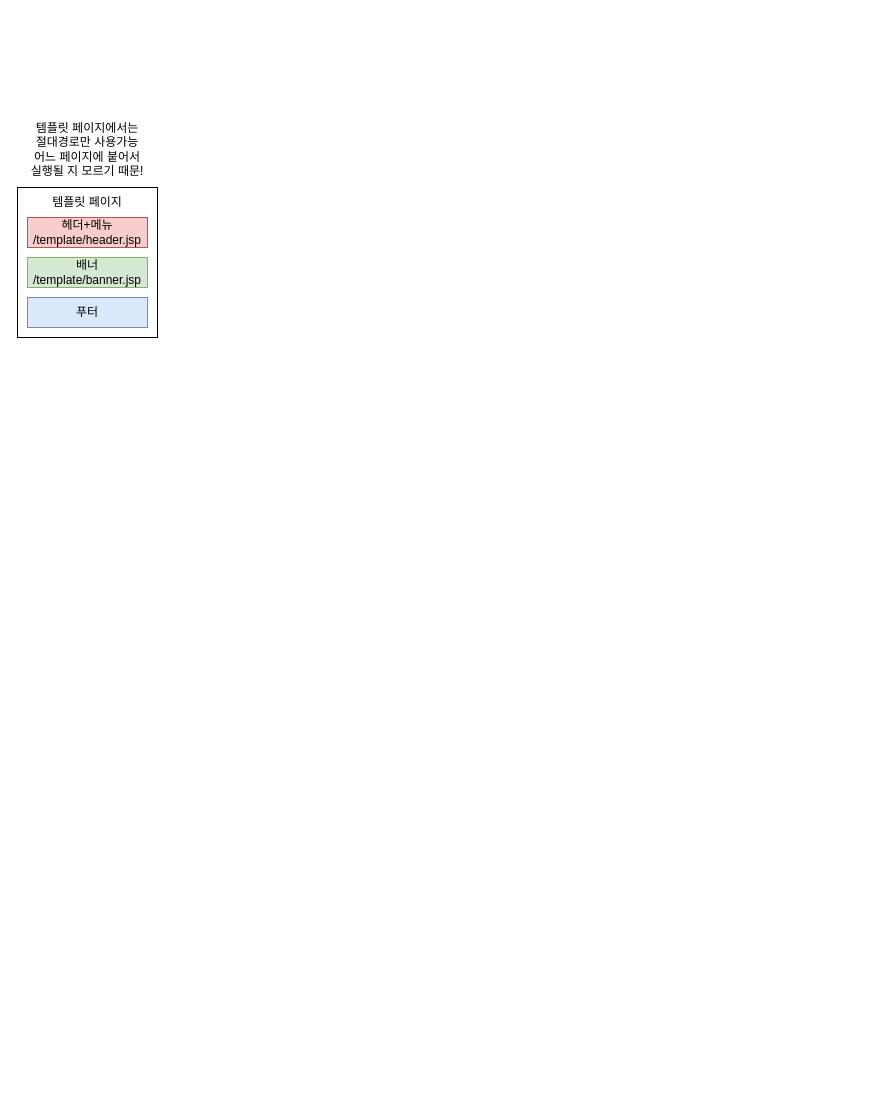
chae0591/kh4semi keeps this draw.io diagram as Untitled Diagram.drawio. Above is the earlier version. Source tidied: cells renumbered, new cells numbered last; positions are measured from the earlier drawing's top-left corner, leaving out a move shared by most shapes. Both pictures are drawn from the tidied source at 100%, with x=0, y=0 at pixel (17, 117).
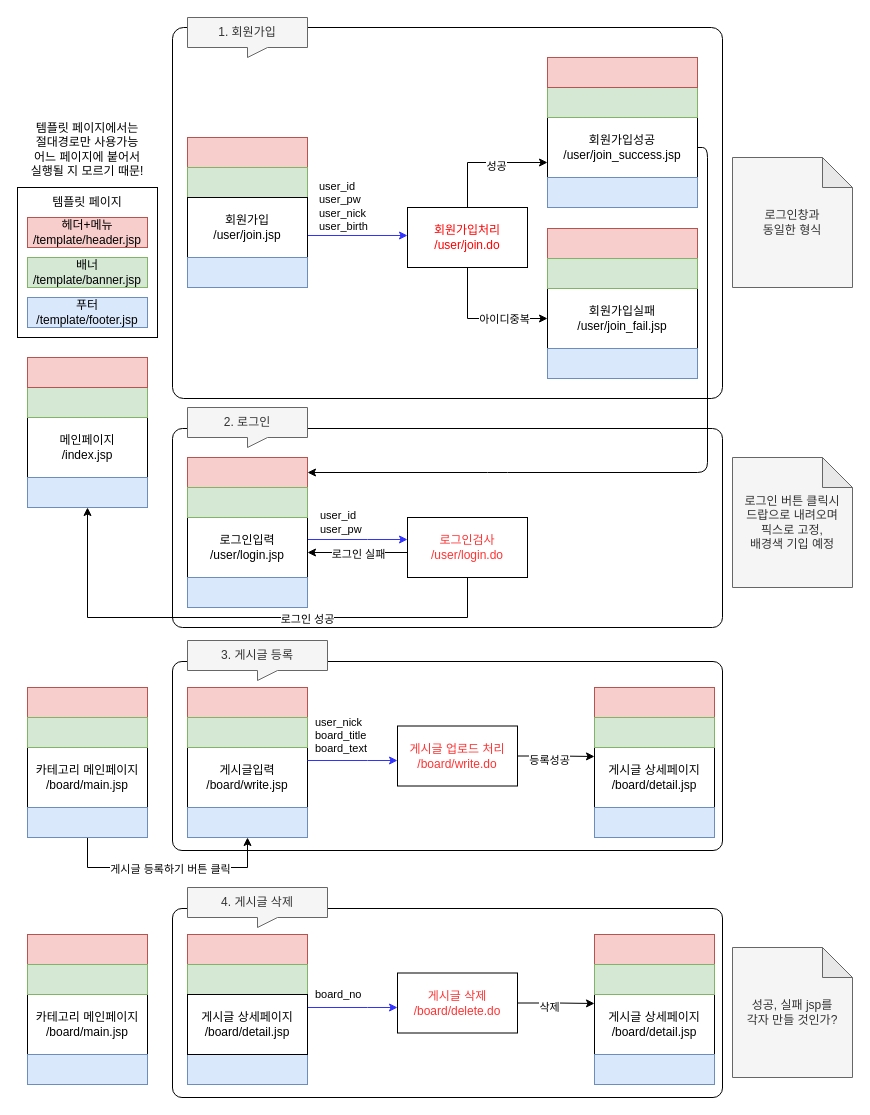
The same page after the edit.

Change to the diagram source:
```diff
@@
-    <mxCell id="5" value="푸터" style="rounded=0;whiteSpace=wrap;html=1;fillColor=#dae8fc;strokeColor=#6c8ebf;" parent="1" vertex="1">
+    <mxCell id="5" value="푸터&lt;br&gt;/template/footer.jsp" style="rounded=0;whiteSpace=wrap;html=1;fillColor=#dae8fc;strokeColor=#6c8ebf;" parent="1" vertex="1">
       <mxGeometry x="10" y="180" width="120" height="30" as="geometry" />
     </mxCell>
@@
+    <mxCell id="8" style="rounded=1;whiteSpace=wrap;html=1;strokeColor=#000000;fontColor=#000000;align=left;arcSize=5;" parent="1" vertex="1">
+      <mxGeometry x="155" y="311" width="550" height="199" as="geometry" />
+    </mxCell>
+    <mxCell id="9" style="rounded=1;whiteSpace=wrap;html=1;fontColor=#000000;align=left;arcSize=3;" parent="1" vertex="1">
+      <mxGeometry x="155" y="-90" width="550" height="371" as="geometry" />
+    </mxCell>
+    <mxCell id="10" value="메인페이지&lt;br&gt;/index.jsp" style="rounded=0;whiteSpace=wrap;html=1;" parent="1" vertex="1">
+      <mxGeometry x="10" y="300" width="120" height="60" as="geometry" />
+    </mxCell>
+    <mxCell id="11" style="edgeStyle=orthogonalEdgeStyle;rounded=0;orthogonalLoop=1;jettySize=auto;html=1;strokeColor=#3333FF;" parent="1" edge="1">
+      <mxGeometry relative="1" as="geometry">
+        <mxPoint x="290" y="118" as="sourcePoint" />
+        <mxPoint x="390" y="118" as="targetPoint" />
+      </mxGeometry>
+    </mxCell>
+    <mxCell id="12" value="user_id&lt;br&gt;user_pw&lt;br&gt;user_nick&lt;br&gt;user_birth" style="edgeLabel;html=1;align=left;verticalAlign=middle;" parent="11" vertex="1">
+      <mxGeometry x="0.34" y="-1" relative="1" as="geometry">
+        <mxPoint x="-56.9" y="-31" as="offset" />
+      </mxGeometry>
+    </mxCell>
+    <mxCell id="13" style="rounded=0;whiteSpace=wrap;html=1;fillColor=#d5e8d4;strokeColor=#82b366;" parent="1" vertex="1">
+      <mxGeometry x="10" y="270" width="120" height="30" as="geometry" />
+    </mxCell>
+    <mxCell id="14" style="rounded=0;whiteSpace=wrap;html=1;fillColor=#dae8fc;strokeColor=#6c8ebf;" parent="1" vertex="1">
+      <mxGeometry x="10" y="360" width="120" height="30" as="geometry" />
+    </mxCell>
+    <mxCell id="15" style="edgeStyle=orthogonalEdgeStyle;rounded=0;jettySize=auto;html=1;fontColor=#000000;exitX=0.5;exitY=1;exitDx=0;exitDy=0;entryX=0;entryY=0.5;entryDx=0;entryDy=0;" parent="1" edge="1" source="19" target="23">
+      <mxGeometry relative="1" as="geometry">
+        <Array as="points">
+          <mxPoint x="450" y="201" />
+        </Array>
+      </mxGeometry>
+    </mxCell>
+    <mxCell id="16" value="아이디중복" style="edgeLabel;html=1;align=center;verticalAlign=middle;fontColor=#000000;" parent="15" vertex="1">
+      <mxGeometry x="0.4" relative="1" as="geometry">
+        <mxPoint x="-4.5" as="offset" />
+      </mxGeometry>
+    </mxCell>
+    <mxCell id="17" style="edgeStyle=orthogonalEdgeStyle;rounded=0;jettySize=auto;html=1;exitX=0.5;exitY=0;exitDx=0;exitDy=0;entryX=0;entryY=0.75;entryDx=0;entryDy=0;" parent="1" edge="1" source="19" target="20">
+      <mxGeometry relative="1" as="geometry" />
+    </mxCell>
+    <mxCell id="18" value="성공" style="edgeLabel;html=1;align=center;verticalAlign=middle;" parent="17" vertex="1">
+      <mxGeometry x="0.17" y="-3" relative="1" as="geometry" />
+    </mxCell>
+    <mxCell id="19" value="회원가입처리&lt;br&gt;/user/join.do" style="rounded=0;whiteSpace=wrap;html=1;fontColor=#FF0000;" parent="1" vertex="1">
+      <mxGeometry x="390" y="90" width="120" height="60" as="geometry" />
+    </mxCell>
+    <mxCell id="20" value="회원가입성공&lt;br&gt;/user/join_success.jsp" style="rounded=0;whiteSpace=wrap;html=1;" parent="1" vertex="1">
+      <mxGeometry x="530" width="150" height="60" as="geometry" />
+    </mxCell>
+    <mxCell id="21" style="rounded=0;whiteSpace=wrap;html=1;fillColor=#d5e8d4;strokeColor=#82b366;" parent="1" vertex="1">
+      <mxGeometry x="530" y="-30" width="150" height="30" as="geometry" />
+    </mxCell>
+    <mxCell id="22" style="rounded=0;whiteSpace=wrap;html=1;fillColor=#dae8fc;strokeColor=#6c8ebf;" parent="1" vertex="1">
+      <mxGeometry x="530" y="60" width="150" height="30" as="geometry" />
+    </mxCell>
+    <mxCell id="23" value="회원가입실패&lt;br&gt;/user/join_fail.jsp" style="rounded=0;whiteSpace=wrap;html=1;" parent="1" vertex="1">
+      <mxGeometry x="530" y="171" width="150" height="60" as="geometry" />
+    </mxCell>
+    <mxCell id="24" style="rounded=0;whiteSpace=wrap;html=1;fillColor=#f8cecc;strokeColor=#b85450;" parent="1" vertex="1">
+      <mxGeometry x="530" y="111" width="150" height="30" as="geometry" />
+    </mxCell>
+    <mxCell id="25" style="rounded=0;whiteSpace=wrap;html=1;fillColor=#dae8fc;strokeColor=#6c8ebf;" parent="1" vertex="1">
+      <mxGeometry x="530" y="231" width="150" height="30" as="geometry" />
+    </mxCell>
+    <mxCell id="26" style="rounded=0;whiteSpace=wrap;html=1;fillColor=#f8cecc;strokeColor=#b85450;" parent="1" vertex="1">
+      <mxGeometry x="170" y="340" width="120" height="30" as="geometry" />
+    </mxCell>
+    <mxCell id="27" style="edgeStyle=orthogonalEdgeStyle;rounded=0;orthogonalLoop=1;jettySize=auto;html=1;strokeColor=#3333FF;" parent="1" edge="1">
+      <mxGeometry relative="1" as="geometry">
+        <mxPoint x="290" y="422" as="sourcePoint" />
+        <mxPoint x="390" y="422" as="targetPoint" />
+        <Array as="points">
+          <mxPoint x="350" y="422" />
+          <mxPoint x="350" y="422" />
+        </Array>
+      </mxGeometry>
+    </mxCell>
+    <mxCell id="28" value="user_id&lt;br&gt;user_pw" style="edgeLabel;html=1;align=left;verticalAlign=middle;" parent="27" vertex="1">
+      <mxGeometry x="-0.19" y="-1" relative="1" as="geometry">
+        <mxPoint x="-30" y="-19" as="offset" />
+      </mxGeometry>
+    </mxCell>
+    <mxCell id="29" value="로그인입력&lt;br&gt;/user/login.jsp" style="rounded=0;whiteSpace=wrap;html=1;" parent="1" vertex="1">
+      <mxGeometry x="170" y="400" width="120" height="60" as="geometry" />
+    </mxCell>
+    <mxCell id="30" style="rounded=0;whiteSpace=wrap;html=1;fillColor=#dae8fc;strokeColor=#6c8ebf;" parent="1" vertex="1">
+      <mxGeometry x="170" y="460" width="120" height="30" as="geometry" />
+    </mxCell>
+    <mxCell id="31" style="edgeStyle=orthogonalEdgeStyle;rounded=0;jettySize=auto;html=1;fontColor=#000000;entryX=0.5;entryY=1;entryDx=0;entryDy=0;exitX=0.5;exitY=1;exitDx=0;exitDy=0;" parent="1" edge="1" source="35" target="14">
+      <mxGeometry relative="1" as="geometry">
+        <Array as="points">
+          <mxPoint x="450" y="500" />
+          <mxPoint x="70" y="500" />
+        </Array>
+      </mxGeometry>
+    </mxCell>
+    <mxCell id="32" value="로그인 성공" style="edgeLabel;html=1;align=center;verticalAlign=middle;fontColor=#000000;" parent="31" vertex="1">
+      <mxGeometry x="-0.24" y="1" relative="1" as="geometry" />
+    </mxCell>
+    <mxCell id="33" style="edgeStyle=orthogonalEdgeStyle;rounded=0;orthogonalLoop=1;jettySize=auto;html=1;exitX=0;exitY=0.5;exitDx=0;exitDy=0;entryX=1;entryY=0.5;entryDx=0;entryDy=0;" parent="1" edge="1">
+      <mxGeometry relative="1" as="geometry">
+        <mxPoint x="390" y="435" as="sourcePoint" />
+        <mxPoint x="290" y="435" as="targetPoint" />
+      </mxGeometry>
+    </mxCell>
+    <mxCell id="34" value="로그인 실패" style="edgeLabel;html=1;align=center;verticalAlign=middle;" parent="33" vertex="1">
+      <mxGeometry x="-0.28" y="2" relative="1" as="geometry">
+        <mxPoint x="-14" y="-1" as="offset" />
+      </mxGeometry>
+    </mxCell>
+    <mxCell id="35" value="로그인검사&lt;br&gt;/user/login.do" style="rounded=0;whiteSpace=wrap;html=1;fontColor=#FF3333;" parent="1" vertex="1">
+      <mxGeometry x="390" y="400" width="120" height="60" as="geometry" />
+    </mxCell>
+    <mxCell id="36" style="rounded=0;whiteSpace=wrap;html=1;fillColor=#f8cecc;strokeColor=#b85450;" parent="1" vertex="1">
+      <mxGeometry x="530" y="-60" width="150" height="30" as="geometry" />
+    </mxCell>
+    <mxCell id="37" style="rounded=0;whiteSpace=wrap;html=1;fillColor=#d5e8d4;strokeColor=#82b366;" parent="1" vertex="1">
+      <mxGeometry x="530" y="141" width="150" height="30" as="geometry" />
+    </mxCell>
+    <mxCell id="38" style="rounded=0;whiteSpace=wrap;html=1;fillColor=#f8cecc;strokeColor=#b85450;" parent="1" vertex="1">
+      <mxGeometry x="10" y="240" width="120" height="30" as="geometry" />
+    </mxCell>
+    <mxCell id="39" style="rounded=0;whiteSpace=wrap;html=1;fillColor=#f8cecc;strokeColor=#b85450;" parent="1" vertex="1">
+      <mxGeometry x="170" y="20" width="120" height="30" as="geometry" />
+    </mxCell>
+    <mxCell id="40" style="rounded=0;whiteSpace=wrap;html=1;fillColor=#d5e8d4;strokeColor=#82b366;" parent="1" vertex="1">
+      <mxGeometry x="170" y="50" width="120" height="30" as="geometry" />
+    </mxCell>
+    <mxCell id="41" value="회원가입&lt;br&gt;/user/join.jsp" style="rounded=0;whiteSpace=wrap;html=1;" parent="1" vertex="1">
+      <mxGeometry x="170" y="80" width="120" height="60" as="geometry" />
+    </mxCell>
+    <mxCell id="42" style="rounded=0;whiteSpace=wrap;html=1;fillColor=#dae8fc;strokeColor=#6c8ebf;" parent="1" vertex="1">
+      <mxGeometry x="170" y="140" width="120" height="30" as="geometry" />
+    </mxCell>
+    <mxCell id="43" value="1. 회원가입" style="shape=callout;whiteSpace=wrap;html=1;perimeter=calloutPerimeter;align=center;fillColor=#f5f5f5;strokeColor=#666666;fontColor=#333333;position2=0.5;size=10;position=0.5;" parent="1" vertex="1">
+      <mxGeometry x="170" y="-100" width="120" height="40" as="geometry" />
+    </mxCell>
+    <mxCell id="44" value="2. 로그인" style="shape=callout;whiteSpace=wrap;html=1;perimeter=calloutPerimeter;align=center;fillColor=#f5f5f5;strokeColor=#666666;fontColor=#333333;position2=0.5;size=10;position=0.5;" parent="1" vertex="1">
+      <mxGeometry x="170" y="290" width="120" height="40" as="geometry" />
+    </mxCell>
+    <mxCell id="45" style="rounded=1;whiteSpace=wrap;html=1;strokeColor=#000000;fontColor=#000000;align=left;arcSize=5;" parent="1" vertex="1">
+      <mxGeometry x="155" y="544" width="550" height="189" as="geometry" />
+    </mxCell>
+    <mxCell id="46" value="3. 게시글 등록" style="shape=callout;whiteSpace=wrap;html=1;perimeter=calloutPerimeter;align=center;fillColor=#f5f5f5;strokeColor=#666666;fontColor=#333333;position2=0.5;size=10;position=0.5;" parent="1" vertex="1">
+      <mxGeometry x="170" y="523" width="140" height="40" as="geometry" />
+    </mxCell>
+    <mxCell id="47" style="rounded=0;whiteSpace=wrap;html=1;fillColor=#d5e8d4;strokeColor=#82b366;" parent="1" vertex="1">
+      <mxGeometry x="170" y="370" width="120" height="30" as="geometry" />
+    </mxCell>
+    <mxCell id="48" style="endArrow=classic;html=1;entryX=1;entryY=0.5;entryDx=0;entryDy=0;exitX=1;exitY=0.5;exitDx=0;exitDy=0;" parent="1" edge="1" source="20" target="26">
+      <mxGeometry relative="1" as="geometry">
+        <Array as="points">
+          <mxPoint x="690" y="30" />
+          <mxPoint x="690" y="355" />
+          <mxPoint x="480" y="355" />
+        </Array>
+      </mxGeometry>
+    </mxCell>
+    <mxCell id="49" style="rounded=0;whiteSpace=wrap;html=1;fillColor=#f8cecc;strokeColor=#b85450;" parent="1" vertex="1">
+      <mxGeometry x="170" y="570" width="120" height="30" as="geometry" />
+    </mxCell>
+    <mxCell id="50" value="게시글입력&lt;br&gt;/board/write.jsp" style="rounded=0;whiteSpace=wrap;html=1;" parent="1" vertex="1">
+      <mxGeometry x="170" y="630" width="120" height="60" as="geometry" />
+    </mxCell>
+    <mxCell id="51" style="rounded=0;whiteSpace=wrap;html=1;fillColor=#dae8fc;strokeColor=#6c8ebf;" parent="1" vertex="1">
+      <mxGeometry x="170" y="690" width="120" height="30" as="geometry" />
+    </mxCell>
+    <mxCell id="52" style="rounded=0;whiteSpace=wrap;html=1;fillColor=#d5e8d4;strokeColor=#82b366;" parent="1" vertex="1">
+      <mxGeometry x="170" y="600" width="120" height="30" as="geometry" />
+    </mxCell>
+    <mxCell id="53" style="edgeStyle=orthogonalEdgeStyle;rounded=0;jettySize=auto;html=1;exitX=1;exitY=0.5;exitDx=0;exitDy=0;entryX=0;entryY=0.15;entryDx=0;entryDy=0;entryPerimeter=0;" parent="1" edge="1" source="55" target="59">
+      <mxGeometry relative="1" as="geometry">
+        <Array as="points">
+          <mxPoint x="540" y="639" />
+          <mxPoint x="540" y="639" />
+        </Array>
+      </mxGeometry>
+    </mxCell>
+    <mxCell id="54" value="등록성공" style="edgeLabel;html=1;align=center;verticalAlign=middle;" parent="53" vertex="1">
+      <mxGeometry x="-0.2" y="-4" relative="1" as="geometry" />
+    </mxCell>
+    <mxCell id="55" value="게시글 업로드 처리&lt;br&gt;/board/write.do" style="rounded=0;whiteSpace=wrap;html=1;fontColor=#FF3333;" parent="1" vertex="1">
+      <mxGeometry x="380" y="608.5" width="120" height="60" as="geometry" />
+    </mxCell>
+    <mxCell id="56" style="edgeStyle=orthogonalEdgeStyle;rounded=0;orthogonalLoop=1;jettySize=auto;html=1;strokeColor=#3333FF;" parent="1" edge="1">
+      <mxGeometry relative="1" as="geometry">
+        <mxPoint x="290" y="643" as="sourcePoint" />
+        <mxPoint x="380" y="643" as="targetPoint" />
+        <Array as="points">
+          <mxPoint x="350" y="643" />
+          <mxPoint x="350" y="643" />
+        </Array>
+      </mxGeometry>
+    </mxCell>
+    <mxCell id="57" value="user_nick&lt;br&gt;board_title&lt;br&gt;board_text" style="edgeLabel;html=1;align=left;verticalAlign=middle;" parent="56" vertex="1">
+      <mxGeometry x="-0.19" y="-1" relative="1" as="geometry">
+        <mxPoint x="-30" y="-27" as="offset" />
+      </mxGeometry>
+    </mxCell>
+    <mxCell id="58" style="rounded=0;whiteSpace=wrap;html=1;fillColor=#f8cecc;strokeColor=#b85450;" parent="1" vertex="1">
+      <mxGeometry x="577" y="570" width="120" height="30" as="geometry" />
+    </mxCell>
+    <mxCell id="59" value="게시글 상세페이지&lt;br&gt;/board/detail.jsp" style="rounded=0;whiteSpace=wrap;html=1;" parent="1" vertex="1">
+      <mxGeometry x="577" y="630" width="120" height="60" as="geometry" />
+    </mxCell>
+    <mxCell id="60" style="rounded=0;whiteSpace=wrap;html=1;fillColor=#dae8fc;strokeColor=#6c8ebf;" parent="1" vertex="1">
+      <mxGeometry x="577" y="690" width="120" height="30" as="geometry" />
+    </mxCell>
+    <mxCell id="61" style="rounded=0;whiteSpace=wrap;html=1;fillColor=#d5e8d4;strokeColor=#82b366;" parent="1" vertex="1">
+      <mxGeometry x="577" y="600" width="120" height="30" as="geometry" />
+    </mxCell>
+    <mxCell id="62" style="rounded=0;whiteSpace=wrap;html=1;fillColor=#f8cecc;strokeColor=#b85450;" parent="1" vertex="1">
+      <mxGeometry x="10" y="570" width="120" height="30" as="geometry" />
+    </mxCell>
+    <mxCell id="63" value="카테고리 메인페이지&lt;br&gt;/board/main.jsp" style="rounded=0;whiteSpace=wrap;html=1;" parent="1" vertex="1">
+      <mxGeometry x="10" y="630" width="120" height="60" as="geometry" />
+    </mxCell>
+    <mxCell id="64" style="edgeStyle=orthogonalEdgeStyle;rounded=0;jettySize=auto;html=1;exitX=0.5;exitY=1;exitDx=0;exitDy=0;entryX=0.5;entryY=1;entryDx=0;entryDy=0;" parent="1" edge="1" source="66" target="51">
+      <mxGeometry relative="1" as="geometry">
+        <Array as="points">
+          <mxPoint x="70" y="750" />
+          <mxPoint x="230" y="750" />
+        </Array>
+      </mxGeometry>
+    </mxCell>
+    <mxCell id="65" value="게시글 등록하기 버튼 클릭" style="edgeLabel;html=1;align=center;verticalAlign=middle;" parent="64" vertex="1">
+      <mxGeometry x="-0.27" y="-1" relative="1" as="geometry">
+        <mxPoint x="32" as="offset" />
+      </mxGeometry>
+    </mxCell>
+    <mxCell id="66" style="rounded=0;whiteSpace=wrap;html=1;fillColor=#dae8fc;strokeColor=#6c8ebf;" parent="1" vertex="1">
+      <mxGeometry x="10" y="690" width="120" height="30" as="geometry" />
+    </mxCell>
+    <mxCell id="67" style="rounded=0;whiteSpace=wrap;html=1;fillColor=#d5e8d4;strokeColor=#82b366;" parent="1" vertex="1">
+      <mxGeometry x="10" y="600" width="120" height="30" as="geometry" />
+    </mxCell>
+    <mxCell id="68" value="로그인 버튼 클릭시&lt;br&gt;드랍으로 내려오며&lt;br&gt;픽스로 고정,&lt;br&gt;배경색 기입 예정" style="shape=note;whiteSpace=wrap;html=1;backgroundOutline=1;darkOpacity=0.05;align=center;fillColor=#f5f5f5;strokeColor=#666666;fontColor=#333333;" parent="1" vertex="1">
+      <mxGeometry x="715" y="340" width="120" height="130" as="geometry" />
+    </mxCell>
+    <mxCell id="69" value="로그인창과 &lt;br&gt;동일한 형식" style="shape=note;whiteSpace=wrap;html=1;backgroundOutline=1;darkOpacity=0.05;align=center;fillColor=#f5f5f5;strokeColor=#666666;fontColor=#333333;" parent="1" vertex="1">
+      <mxGeometry x="715" y="40" width="120" height="130" as="geometry" />
+    </mxCell>
+    <mxCell id="70" style="rounded=1;whiteSpace=wrap;html=1;strokeColor=#000000;fontColor=#000000;align=left;arcSize=5;" parent="1" vertex="1">
+      <mxGeometry x="155" y="791" width="550" height="189" as="geometry" />
+    </mxCell>
+    <mxCell id="71" value="4. 게시글 삭제" style="shape=callout;whiteSpace=wrap;html=1;perimeter=calloutPerimeter;align=center;fillColor=#f5f5f5;strokeColor=#666666;fontColor=#333333;position2=0.5;size=10;position=0.5;" parent="1" vertex="1">
+      <mxGeometry x="170" y="770" width="140" height="40" as="geometry" />
+    </mxCell>
+    <mxCell id="72" style="rounded=0;whiteSpace=wrap;html=1;fillColor=#f8cecc;strokeColor=#b85450;" parent="1" vertex="1">
+      <mxGeometry x="170" y="817" width="120" height="30" as="geometry" />
+    </mxCell>
+    <mxCell id="73" style="rounded=0;whiteSpace=wrap;html=1;fillColor=#dae8fc;strokeColor=#6c8ebf;" parent="1" vertex="1">
+      <mxGeometry x="170" y="937" width="120" height="30" as="geometry" />
+    </mxCell>
+    <mxCell id="74" style="rounded=0;whiteSpace=wrap;html=1;fillColor=#d5e8d4;strokeColor=#82b366;" parent="1" vertex="1">
+      <mxGeometry x="170" y="847" width="120" height="30" as="geometry" />
+    </mxCell>
+    <mxCell id="75" style="edgeStyle=orthogonalEdgeStyle;rounded=0;jettySize=auto;html=1;exitX=1;exitY=0.5;exitDx=0;exitDy=0;entryX=0;entryY=0.15;entryDx=0;entryDy=0;entryPerimeter=0;" parent="1" edge="1" source="77" target="81">
+      <mxGeometry relative="1" as="geometry">
+        <Array as="points">
+          <mxPoint x="540" y="886" />
+          <mxPoint x="540" y="886" />
+        </Array>
+      </mxGeometry>
+    </mxCell>
+    <mxCell id="76" value="삭제" style="edgeLabel;html=1;align=center;verticalAlign=middle;" parent="75" vertex="1">
+      <mxGeometry x="-0.2" y="-4" relative="1" as="geometry" />
+    </mxCell>
+    <mxCell id="77" value="게시글 삭제&lt;br&gt;/board/delete.do" style="rounded=0;whiteSpace=wrap;html=1;fontColor=#FF3333;" parent="1" vertex="1">
+      <mxGeometry x="380" y="855.5" width="120" height="60" as="geometry" />
+    </mxCell>
+    <mxCell id="78" style="edgeStyle=orthogonalEdgeStyle;rounded=0;orthogonalLoop=1;jettySize=auto;html=1;strokeColor=#3333FF;" parent="1" edge="1">
+      <mxGeometry relative="1" as="geometry">
+        <mxPoint x="290" y="890" as="sourcePoint" />
+        <mxPoint x="380" y="890" as="targetPoint" />
+        <Array as="points">
+          <mxPoint x="350" y="890" />
+          <mxPoint x="350" y="890" />
+        </Array>
+      </mxGeometry>
+    </mxCell>
+    <mxCell id="79" value="board_no" style="edgeLabel;html=1;align=left;verticalAlign=middle;" parent="78" vertex="1">
+      <mxGeometry x="-0.19" y="-1" relative="1" as="geometry">
+        <mxPoint x="-30" y="-15" as="offset" />
+      </mxGeometry>
+    </mxCell>
+    <mxCell id="80" style="rounded=0;whiteSpace=wrap;html=1;fillColor=#f8cecc;strokeColor=#b85450;" parent="1" vertex="1">
+      <mxGeometry x="577" y="817" width="120" height="30" as="geometry" />
+    </mxCell>
+    <mxCell id="81" value="게시글 상세페이지&lt;br&gt;/board/detail.jsp" style="rounded=0;whiteSpace=wrap;html=1;" parent="1" vertex="1">
+      <mxGeometry x="577" y="877" width="120" height="60" as="geometry" />
+    </mxCell>
+    <mxCell id="82" style="rounded=0;whiteSpace=wrap;html=1;fillColor=#dae8fc;strokeColor=#6c8ebf;" parent="1" vertex="1">
+      <mxGeometry x="577" y="937" width="120" height="30" as="geometry" />
+    </mxCell>
+    <mxCell id="83" style="rounded=0;whiteSpace=wrap;html=1;fillColor=#d5e8d4;strokeColor=#82b366;" parent="1" vertex="1">
+      <mxGeometry x="577" y="847" width="120" height="30" as="geometry" />
+    </mxCell>
+    <mxCell id="84" style="rounded=0;whiteSpace=wrap;html=1;fillColor=#f8cecc;strokeColor=#b85450;" parent="1" vertex="1">
+      <mxGeometry x="10" y="817" width="120" height="30" as="geometry" />
+    </mxCell>
+    <mxCell id="85" value="카테고리 메인페이지&lt;br&gt;/board/main.jsp" style="rounded=0;whiteSpace=wrap;html=1;" parent="1" vertex="1">
+      <mxGeometry x="10" y="877" width="120" height="60" as="geometry" />
+    </mxCell>
+    <mxCell id="86" style="rounded=0;whiteSpace=wrap;html=1;fillColor=#dae8fc;strokeColor=#6c8ebf;" parent="1" vertex="1">
+      <mxGeometry x="10" y="937" width="120" height="30" as="geometry" />
+    </mxCell>
+    <mxCell id="87" style="rounded=0;whiteSpace=wrap;html=1;fillColor=#d5e8d4;strokeColor=#82b366;" parent="1" vertex="1">
+      <mxGeometry x="10" y="847" width="120" height="30" as="geometry" />
+    </mxCell>
+    <mxCell id="88" value="게시글 상세페이지&lt;br&gt;/board/detail.jsp" style="rounded=0;whiteSpace=wrap;html=1;" parent="1" vertex="1">
+      <mxGeometry x="170" y="877" width="120" height="60" as="geometry" />
+    </mxCell>
+    <mxCell id="89" value="성공, 실패 jsp를&lt;br&gt;각자 만들 것인가?" style="shape=note;whiteSpace=wrap;html=1;backgroundOutline=1;darkOpacity=0.05;align=center;fillColor=#f5f5f5;strokeColor=#666666;fontColor=#333333;" parent="1" vertex="1">
+      <mxGeometry x="715" y="830" width="120" height="130" as="geometry" />
+    </mxCell>
```
